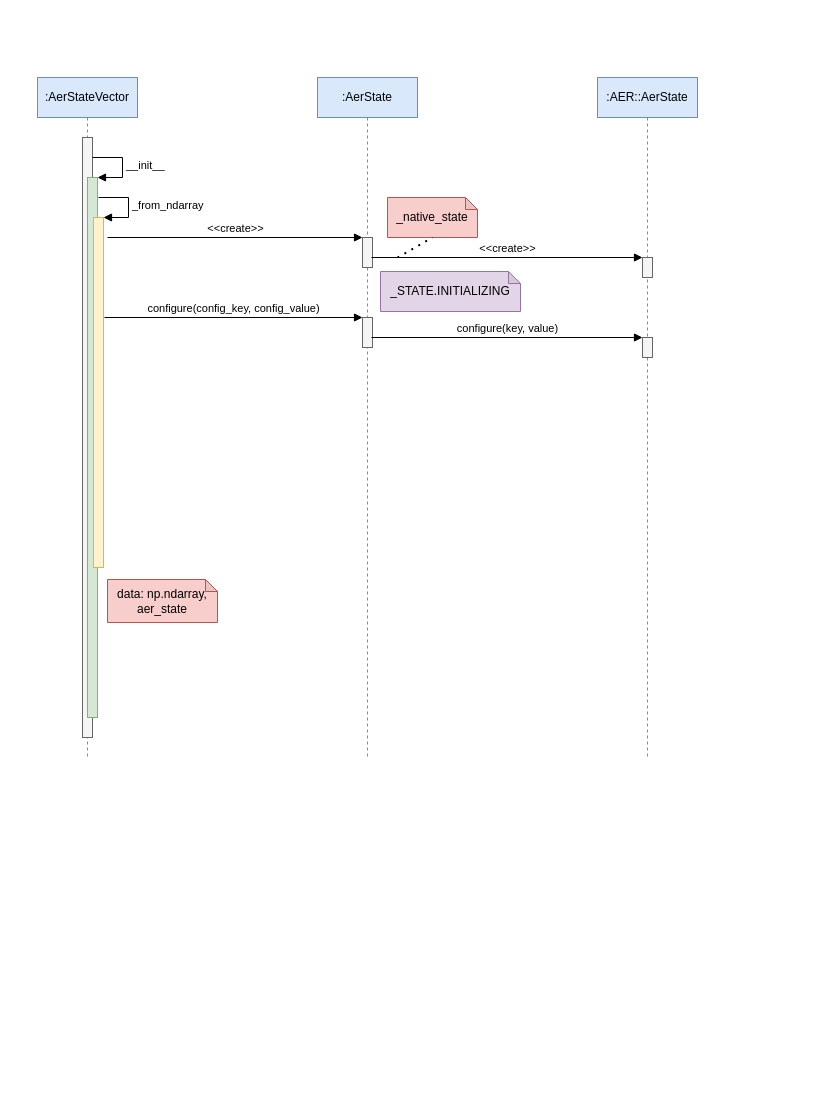
Above: page "StateVector_Initialization" (1 of 2) of qiskit-aer.drawio in derwind/draw.io (draw.io), before the change. Source tidied: cells renumbered, new cells numbered last; positions are measured from the earlier drawing's top-left corner, leaving out a move shared by most shapes. Both pictures are drawn from the tidied source at 100%, with x=0, y=0 at pixel (37, 77).
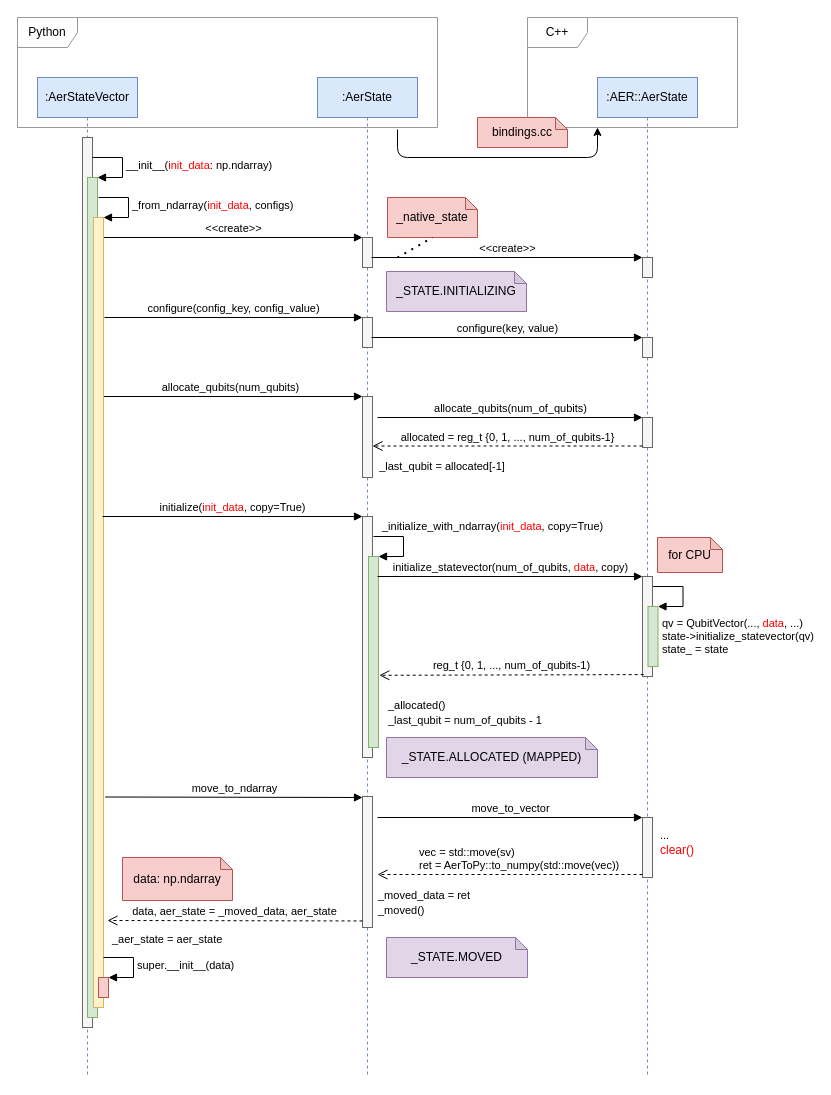
After the change.

Change to the diagram source:
```diff
@@
+    <mxCell id="6" value=":AER::AerState" style="shape=umlLifeline;perimeter=lifelinePerimeter;whiteSpace=wrap;html=1;fillColor=#dae8fc;strokeColor=#6c8ebf;" parent="1" vertex="1">
+      <mxGeometry x="560" width="100" height="1000" as="geometry" />
+    </mxCell>
+    <mxCell id="7" style="html=1;points=[];perimeter=orthogonalPerimeter;fillColor=#f5f5f5;fontColor=#333333;strokeColor=#666666;" parent="6" vertex="1">
+      <mxGeometry x="45" y="180" width="10" height="20" as="geometry" />
+    </mxCell>
+    <mxCell id="8" style="html=1;points=[];perimeter=orthogonalPerimeter;fillColor=#f5f5f5;fontColor=#333333;strokeColor=#666666;" parent="6" vertex="1">
+      <mxGeometry x="45" y="260" width="10" height="20" as="geometry" />
+    </mxCell>
+    <mxCell id="22" style="html=1;points=[];perimeter=orthogonalPerimeter;fillColor=#f5f5f5;fontColor=#333333;strokeColor=#666666;" parent="6" vertex="1">
+      <mxGeometry x="45" y="340" width="10" height="30" as="geometry" />
+    </mxCell>
+    <mxCell id="23" style="html=1;perimeter=orthogonalPerimeter;strokeColor=#666666;fillColor=#f5f5f5;fontColor=#333333;" parent="6" vertex="1">
+      <mxGeometry x="45" y="499" width="10" height="100" as="geometry" />
+    </mxCell>
+    <mxCell id="24" style="html=1;points=[];perimeter=orthogonalPerimeter;strokeColor=#82b366;fillColor=#d5e8d4;" parent="6" vertex="1">
+      <mxGeometry x="50.5" y="529" width="10" height="60" as="geometry" />
+    </mxCell>
+    <mxCell id="25" value="qv =&amp;nbsp;QubitVector(..., &lt;font color=&quot;#ff0000&quot;&gt;data&lt;/font&gt;, ...)&lt;br&gt;state-&amp;gt;initialize_statevector(qv)&lt;br&gt;state_ = state" style="edgeStyle=orthogonalEdgeStyle;html=1;align=left;spacingLeft=2;endArrow=block;rounded=0;entryX=1;entryY=0;" parent="6" edge="1" target="24">
+      <mxGeometry x="1" y="30" relative="1" as="geometry">
+        <mxPoint x="55.5" y="509" as="sourcePoint" />
+        <Array as="points">
+          <mxPoint x="85.5" y="509" />
+        </Array>
+      </mxGeometry>
+    </mxCell>
+    <mxCell id="26" style="html=1;points=[];perimeter=orthogonalPerimeter;fontColor=#333333;strokeColor=#666666;fillColor=#f5f5f5;" parent="6" vertex="1">
+      <mxGeometry x="45" y="740" width="10" height="60" as="geometry" />
+    </mxCell>
+    <mxCell id="27" value="&lt;span style=&quot;color: rgb(0 , 0 , 0) ; font-size: 11px ; background-color: rgb(255 , 255 , 255)&quot;&gt;...&lt;br&gt;&lt;/span&gt;clear()" style="text;html=1;strokeColor=none;fillColor=none;align=left;verticalAlign=middle;whiteSpace=wrap;rounded=0;fontColor=#FF0000;" parent="6" vertex="1">
+      <mxGeometry x="60.5" y="750" width="60" height="30" as="geometry" />
+    </mxCell>
     <mxCell id="2" value=":AerState" style="shape=umlLifeline;perimeter=lifelinePerimeter;whiteSpace=wrap;html=1;fillColor=#dae8fc;strokeColor=#6c8ebf;" parent="1" vertex="1">
-      <mxGeometry x="280" width="100" height="680" as="geometry" />
+      <mxGeometry x="280" width="100" height="1000" as="geometry" />
     </mxCell>
@@
-    <mxCell id="4" value="&amp;lt;&amp;lt;create&amp;gt;&amp;gt;" style="html=1;verticalAlign=bottom;endArrow=block;entryX=0;entryY=0;" parent="2" edge="1">
+    <mxCell id="4" value="&amp;lt;&amp;lt;create&amp;gt;&amp;gt;" style="html=1;verticalAlign=bottom;endArrow=block;entryX=0;entryY=0;" parent="2" edge="1" source="13">
       <mxGeometry relative="1" as="geometry">
-        <mxPoint x="-210" y="160" as="sourcePoint" />
         <mxPoint x="45" y="160" as="targetPoint" />
       </mxGeometry>
     </mxCell>
@@
-    <mxCell id="6" value=":AER::AerState" style="shape=umlLifeline;perimeter=lifelinePerimeter;whiteSpace=wrap;html=1;fillColor=#dae8fc;strokeColor=#6c8ebf;" parent="1" vertex="1">
-      <mxGeometry x="560" width="100" height="680" as="geometry" />
-    </mxCell>
-    <mxCell id="7" style="html=1;points=[];perimeter=orthogonalPerimeter;fillColor=#f5f5f5;fontColor=#333333;strokeColor=#666666;" parent="6" vertex="1">
-      <mxGeometry x="45" y="180" width="10" height="20" as="geometry" />
-    </mxCell>
-    <mxCell id="8" style="html=1;points=[];perimeter=orthogonalPerimeter;fillColor=#f5f5f5;fontColor=#333333;strokeColor=#666666;" parent="6" vertex="1">
-      <mxGeometry x="45" y="260" width="10" height="20" as="geometry" />
-    </mxCell>
+    <mxCell id="28" style="html=1;points=[];perimeter=orthogonalPerimeter;fillColor=#f5f5f5;fontColor=#333333;strokeColor=#666666;" parent="2" vertex="1">
+      <mxGeometry x="45" y="319" width="10" height="81" as="geometry" />
+    </mxCell>
+    <mxCell id="29" value="allocate_qubits(num_qubits)" style="html=1;verticalAlign=bottom;endArrow=block;entryX=0;entryY=0;" parent="2" edge="1" target="28">
+      <mxGeometry relative="1" as="geometry">
+        <mxPoint x="-220" y="319" as="sourcePoint" />
+      </mxGeometry>
+    </mxCell>
+    <mxCell id="30" style="html=1;points=[];perimeter=orthogonalPerimeter;strokeColor=#666666;fillColor=#f5f5f5;fontColor=#333333;" parent="2" vertex="1">
+      <mxGeometry x="45" y="439" width="10" height="241" as="geometry" />
+    </mxCell>
+    <mxCell id="31" style="html=1;points=[];perimeter=orthogonalPerimeter;strokeColor=#82b366;fillColor=#d5e8d4;" parent="2" vertex="1">
+      <mxGeometry x="51" y="479" width="10" height="191" as="geometry" />
+    </mxCell>
+    <mxCell id="32" value="_initialize_with_ndarray(&lt;font color=&quot;#ff0000&quot;&gt;init_data&lt;/font&gt;, copy=True)" style="edgeStyle=orthogonalEdgeStyle;html=1;align=left;spacingLeft=2;endArrow=block;rounded=0;entryX=1;entryY=0;" parent="2" edge="1" target="31">
+      <mxGeometry x="-0.87" y="10" relative="1" as="geometry">
+        <mxPoint x="56" y="459" as="sourcePoint" />
+        <Array as="points">
+          <mxPoint x="86" y="459" />
+        </Array>
+      </mxGeometry>
+    </mxCell>
+    <mxCell id="33" value="&lt;span style=&quot;color: rgb(0 , 0 , 0) ; font-size: 11px ; text-align: left ; background-color: rgb(255 , 255 , 255)&quot;&gt;_last_qubit = allocated[-1]&lt;/span&gt;" style="text;html=1;strokeColor=none;fillColor=none;align=center;verticalAlign=middle;whiteSpace=wrap;rounded=0;fontColor=#FF0000;" parent="2" vertex="1">
+      <mxGeometry x="60" y="374" width="130" height="30" as="geometry" />
+    </mxCell>
+    <mxCell id="34" value="for CPU" style="shape=note;whiteSpace=wrap;html=1;backgroundOutline=1;darkOpacity=0.05;size=12;fillColor=#f8cecc;strokeColor=#b85450;" parent="2" vertex="1">
+      <mxGeometry x="340" y="460" width="65" height="35" as="geometry" />
+    </mxCell>
+    <mxCell id="35" style="html=1;points=[];perimeter=orthogonalPerimeter;fontColor=#333333;strokeColor=#666666;fillColor=#f5f5f5;" parent="2" vertex="1">
+      <mxGeometry x="45" y="719" width="10" height="131" as="geometry" />
+    </mxCell>
     <mxCell id="9" value=":AerStateVector" style="shape=umlLifeline;perimeter=lifelinePerimeter;whiteSpace=wrap;html=1;fillColor=#dae8fc;strokeColor=#6c8ebf;" parent="1" vertex="1">
-      <mxGeometry width="100" height="680" as="geometry" />
+      <mxGeometry width="100" height="1000" as="geometry" />
     </mxCell>
     <mxCell id="10" style="html=1;perimeter=orthogonalPerimeter;fillColor=#f5f5f5;fontColor=#333333;strokeColor=#666666;" parent="9" vertex="1">
-      <mxGeometry x="45" y="60" width="10" height="600" as="geometry" />
+      <mxGeometry x="45" y="60" width="10" height="890" as="geometry" />
     </mxCell>
     <mxCell id="11" style="html=1;points=[];perimeter=orthogonalPerimeter;fillColor=#d5e8d4;strokeColor=#82b366;" parent="9" vertex="1">
-      <mxGeometry x="50" y="100" width="10" height="540" as="geometry" />
+      <mxGeometry x="50" y="100" width="10" height="840" as="geometry" />
     </mxCell>
-    <mxCell id="12" value="__init__" style="edgeStyle=orthogonalEdgeStyle;html=1;align=left;spacingLeft=2;endArrow=block;rounded=0;entryX=1;entryY=0;" parent="9" edge="1" target="11">
+    <mxCell id="12" value="__init__(&lt;font color=&quot;#ff0000&quot;&gt;init_data&lt;/font&gt;: np.ndarray)" style="edgeStyle=orthogonalEdgeStyle;html=1;align=left;spacingLeft=2;endArrow=block;rounded=0;entryX=1;entryY=0;" parent="9" edge="1" target="11">
       <mxGeometry relative="1" as="geometry">
         <mxPoint x="55" y="80" as="sourcePoint" />
         <Array as="points">
           <mxPoint x="85" y="80" />
         </Array>
       </mxGeometry>
     </mxCell>
     <mxCell id="13" style="html=1;points=[];perimeter=orthogonalPerimeter;fillColor=#fff2cc;strokeColor=#d6b656;" parent="9" vertex="1">
-      <mxGeometry x="56" y="140" width="10" height="350" as="geometry" />
+      <mxGeometry x="56" y="140" width="10" height="790" as="geometry" />
     </mxCell>
-    <mxCell id="14" value="_from_ndarray" style="edgeStyle=orthogonalEdgeStyle;html=1;align=left;spacingLeft=2;endArrow=block;rounded=0;entryX=1;entryY=0;" parent="9" edge="1" target="13">
+    <mxCell id="14" value="_from_ndarray(&lt;font color=&quot;#ff0000&quot;&gt;init_data&lt;/font&gt;, configs)" style="edgeStyle=orthogonalEdgeStyle;html=1;align=left;spacingLeft=2;endArrow=block;rounded=0;entryX=1;entryY=0;" parent="9" edge="1" target="13">
       <mxGeometry relative="1" as="geometry">
         <mxPoint x="61" y="120" as="sourcePoint" />
         <Array as="points">
           <mxPoint x="91" y="120" />
         </Array>
       </mxGeometry>
     </mxCell>
+    <mxCell id="36" style="html=1;points=[];perimeter=orthogonalPerimeter;strokeColor=#b85450;fillColor=#f8cecc;" parent="9" vertex="1">
+      <mxGeometry x="61" y="900" width="10" height="20" as="geometry" />
+    </mxCell>
+    <mxCell id="37" value="&lt;font color=&quot;#000000&quot;&gt;super.__init__(data)&lt;/font&gt;" style="edgeStyle=orthogonalEdgeStyle;html=1;align=left;spacingLeft=2;endArrow=block;rounded=0;entryX=1;entryY=0;fontColor=#FF0000;" parent="9" edge="1" target="36">
+      <mxGeometry relative="1" as="geometry">
+        <mxPoint x="66" y="880" as="sourcePoint" />
+        <Array as="points">
+          <mxPoint x="96" y="880" />
+        </Array>
+      </mxGeometry>
+    </mxCell>
@@
-    <mxCell id="17" value="data: np.ndarray,&lt;br&gt;aer_state" style="shape=note;whiteSpace=wrap;html=1;backgroundOutline=1;darkOpacity=0.05;size=12;fillColor=#f8cecc;strokeColor=#b85450;" parent="1" vertex="1">
-      <mxGeometry x="70" y="502" width="110" height="43" as="geometry" />
+    <mxCell id="17" value="data: np.ndarray" style="shape=note;whiteSpace=wrap;html=1;backgroundOutline=1;darkOpacity=0.05;size=12;fillColor=#f8cecc;strokeColor=#b85450;" parent="1" vertex="1">
+      <mxGeometry x="85" y="780" width="110" height="43" as="geometry" />
     </mxCell>
@@
     <mxCell id="21" value="_STATE.INITIALIZING" style="shape=note;whiteSpace=wrap;html=1;backgroundOutline=1;darkOpacity=0.05;size=12;fillColor=#e1d5e7;strokeColor=#9673a6;" parent="1" vertex="1">
-      <mxGeometry x="343" y="194" width="140" height="40" as="geometry" />
+      <mxGeometry x="349" y="194" width="140" height="40" as="geometry" />
     </mxCell>
+    <mxCell id="38" value="allocate_qubits(num_of_qubits)" style="html=1;verticalAlign=bottom;endArrow=block;entryX=0;entryY=0;" parent="1" edge="1" target="22">
+      <mxGeometry relative="1" as="geometry">
+        <mxPoint x="340" y="340" as="sourcePoint" />
+      </mxGeometry>
+    </mxCell>
+    <mxCell id="39" value="allocated = reg_t {0, 1, ..., num_of_qubits-1}" style="html=1;verticalAlign=bottom;endArrow=open;dashed=1;endSize=8;exitX=0;exitY=0.95;" parent="1" edge="1" source="22" target="28">
+      <mxGeometry relative="1" as="geometry" />
+    </mxCell>
+    <mxCell id="40" value="Python" style="shape=umlFrame;whiteSpace=wrap;html=1;strokeColor=#999999;" parent="1" vertex="1">
+      <mxGeometry x="-20" y="-60" width="420" height="110" as="geometry" />
+    </mxCell>
+    <mxCell id="41" value="C++" style="shape=umlFrame;whiteSpace=wrap;html=1;strokeColor=#999999;" parent="1" vertex="1">
+      <mxGeometry x="490" y="-60" width="210" height="110" as="geometry" />
+    </mxCell>
+    <mxCell id="42" style="endArrow=classic;html=1;" parent="1" edge="1">
+      <mxGeometry relative="1" as="geometry">
+        <mxPoint x="360" y="52" as="sourcePoint" />
+        <mxPoint x="560" y="50" as="targetPoint" />
+        <Array as="points">
+          <mxPoint x="360" y="80" />
+          <mxPoint x="560" y="80" />
+        </Array>
+      </mxGeometry>
+    </mxCell>
+    <mxCell id="43" value="bindings.cc" style="shape=note;whiteSpace=wrap;html=1;backgroundOutline=1;darkOpacity=0.05;size=12;fillColor=#f8cecc;strokeColor=#b85450;" parent="1" vertex="1">
+      <mxGeometry x="440" y="40" width="90" height="30" as="geometry" />
+    </mxCell>
+    <mxCell id="44" value="initialize(&lt;font color=&quot;#ff0000&quot;&gt;init_data&lt;/font&gt;, copy=True)" style="html=1;verticalAlign=bottom;endArrow=block;entryX=0;entryY=0;" parent="1" edge="1" target="30">
+      <mxGeometry relative="1" as="geometry">
+        <mxPoint x="65" y="439" as="sourcePoint" />
+      </mxGeometry>
+    </mxCell>
+    <mxCell id="45" value="initialize_statevector(num_of_qubits, &lt;font color=&quot;#ff0000&quot;&gt;data&lt;/font&gt;, copy)" style="html=1;verticalAlign=bottom;endArrow=block;" parent="1" edge="1">
+      <mxGeometry relative="1" as="geometry">
+        <mxPoint x="340" y="499" as="sourcePoint" />
+        <mxPoint x="605" y="499" as="targetPoint" />
+      </mxGeometry>
+    </mxCell>
+    <mxCell id="46" value="reg_t {0, 1, ..., num_of_qubits-1)" style="html=1;verticalAlign=bottom;endArrow=open;dashed=1;endSize=8;exitX=0.122;exitY=0.951;entryX=1.075;entryY=0.827;entryDx=0;entryDy=0;entryPerimeter=0;exitDx=0;exitDy=0;exitPerimeter=0;" parent="1" edge="1">
+      <mxGeometry relative="1" as="geometry">
+        <mxPoint x="606.2" y="597.1" as="sourcePoint" />
+        <mxPoint x="341.8" y="597.8" as="targetPoint" />
+      </mxGeometry>
+    </mxCell>
+    <mxCell id="47" value="&lt;span style=&quot;background-color: rgb(255, 255, 255);&quot;&gt;&lt;font color=&quot;#000000&quot;&gt;&lt;span style=&quot;font-size: 11px&quot;&gt;_allocated()&lt;/span&gt;&lt;/font&gt;&lt;br&gt;&lt;font color=&quot;#000000&quot;&gt;&lt;span style=&quot;font-size: 11px&quot;&gt;_last_qubit =&amp;nbsp;&lt;/span&gt;&lt;/font&gt;&lt;/span&gt;&lt;font color=&quot;#000000&quot;&gt;&lt;span style=&quot;font-size: 11px&quot;&gt;num_of_qubits - 1&lt;/span&gt;&lt;/font&gt;" style="text;html=1;strokeColor=none;fillColor=none;align=left;verticalAlign=middle;whiteSpace=wrap;rounded=0;fontColor=#FF0000;" parent="1" vertex="1">
+      <mxGeometry x="349" y="620" width="161" height="30" as="geometry" />
+    </mxCell>
+    <mxCell id="48" value="_STATE.ALLOCATED (MAPPED)" style="shape=note;whiteSpace=wrap;html=1;backgroundOutline=1;darkOpacity=0.05;size=12;fillColor=#e1d5e7;strokeColor=#9673a6;" parent="1" vertex="1">
+      <mxGeometry x="349" y="660" width="211" height="40" as="geometry" />
+    </mxCell>
+    <mxCell id="49" value="&lt;font color=&quot;#000000&quot;&gt;move_to_ndarray&lt;/font&gt;" style="html=1;verticalAlign=bottom;endArrow=block;entryX=0;entryY=0;fontColor=#FF0000;exitX=1.17;exitY=0.85;exitDx=0;exitDy=0;exitPerimeter=0;" parent="1" edge="1">
+      <mxGeometry relative="1" as="geometry">
+        <mxPoint x="67.7" y="719.5" as="sourcePoint" />
+        <mxPoint x="325" y="720" as="targetPoint" />
+      </mxGeometry>
+    </mxCell>
+    <mxCell id="50" value="move_to_vector" style="html=1;verticalAlign=bottom;endArrow=block;entryX=0;entryY=0;fontColor=#000000;" parent="1" edge="1" target="26">
+      <mxGeometry relative="1" as="geometry">
+        <mxPoint x="340" y="740" as="sourcePoint" />
+      </mxGeometry>
+    </mxCell>
+    <mxCell id="51" value="vec = std::move(sv)&lt;br&gt;ret = AerToPy::to_numpy(std::move(vec))" style="html=1;verticalAlign=bottom;endArrow=open;dashed=1;endSize=8;exitX=0;exitY=0.95;fontColor=#000000;align=left;" parent="1" edge="1" source="26">
+      <mxGeometry x="0.7" relative="1" as="geometry">
+        <mxPoint x="340" y="797" as="targetPoint" />
+      </mxGeometry>
+    </mxCell>
+    <mxCell id="52" value="&lt;font color=&quot;#000000&quot;&gt;data, aer_state = _moved_data, aer_state&lt;/font&gt;" style="html=1;verticalAlign=bottom;endArrow=open;dashed=1;endSize=8;exitX=0;exitY=0.95;fontColor=#FF0000;" parent="1" edge="1" source="35">
+      <mxGeometry relative="1" as="geometry">
+        <mxPoint x="70" y="843" as="targetPoint" />
+      </mxGeometry>
+    </mxCell>
+    <mxCell id="53" value="&lt;span style=&quot;background-color: rgb(255 , 255 , 255)&quot;&gt;&lt;font color=&quot;#000000&quot;&gt;&lt;span style=&quot;font-size: 11px&quot;&gt;_moved_data = ret&lt;/span&gt;&lt;/font&gt;&lt;br&gt;&lt;font color=&quot;#000000&quot;&gt;&lt;span style=&quot;font-size: 11px&quot;&gt;_moved()&lt;/span&gt;&lt;/font&gt;&lt;/span&gt;" style="text;html=1;strokeColor=none;fillColor=none;align=left;verticalAlign=middle;whiteSpace=wrap;rounded=0;fontColor=#FF0000;" parent="1" vertex="1">
+      <mxGeometry x="338.5" y="810" width="161" height="30" as="geometry" />
+    </mxCell>
+    <mxCell id="54" value="_STATE.MOVED" style="shape=note;whiteSpace=wrap;html=1;backgroundOutline=1;darkOpacity=0.05;size=12;fillColor=#e1d5e7;strokeColor=#9673a6;" parent="1" vertex="1">
+      <mxGeometry x="349" y="860" width="141" height="40" as="geometry" />
+    </mxCell>
+    <mxCell id="55" value="&lt;font color=&quot;#000000&quot;&gt;&lt;span style=&quot;font-size: 11px ; background-color: rgb(255 , 255 , 255)&quot;&gt;_aer_state = aer_state&lt;/span&gt;&lt;/font&gt;" style="text;html=1;strokeColor=none;fillColor=none;align=left;verticalAlign=middle;whiteSpace=wrap;rounded=0;fontColor=#FF0000;" parent="1" vertex="1">
+      <mxGeometry x="73" y="847" width="161" height="30" as="geometry" />
+    </mxCell>
```
